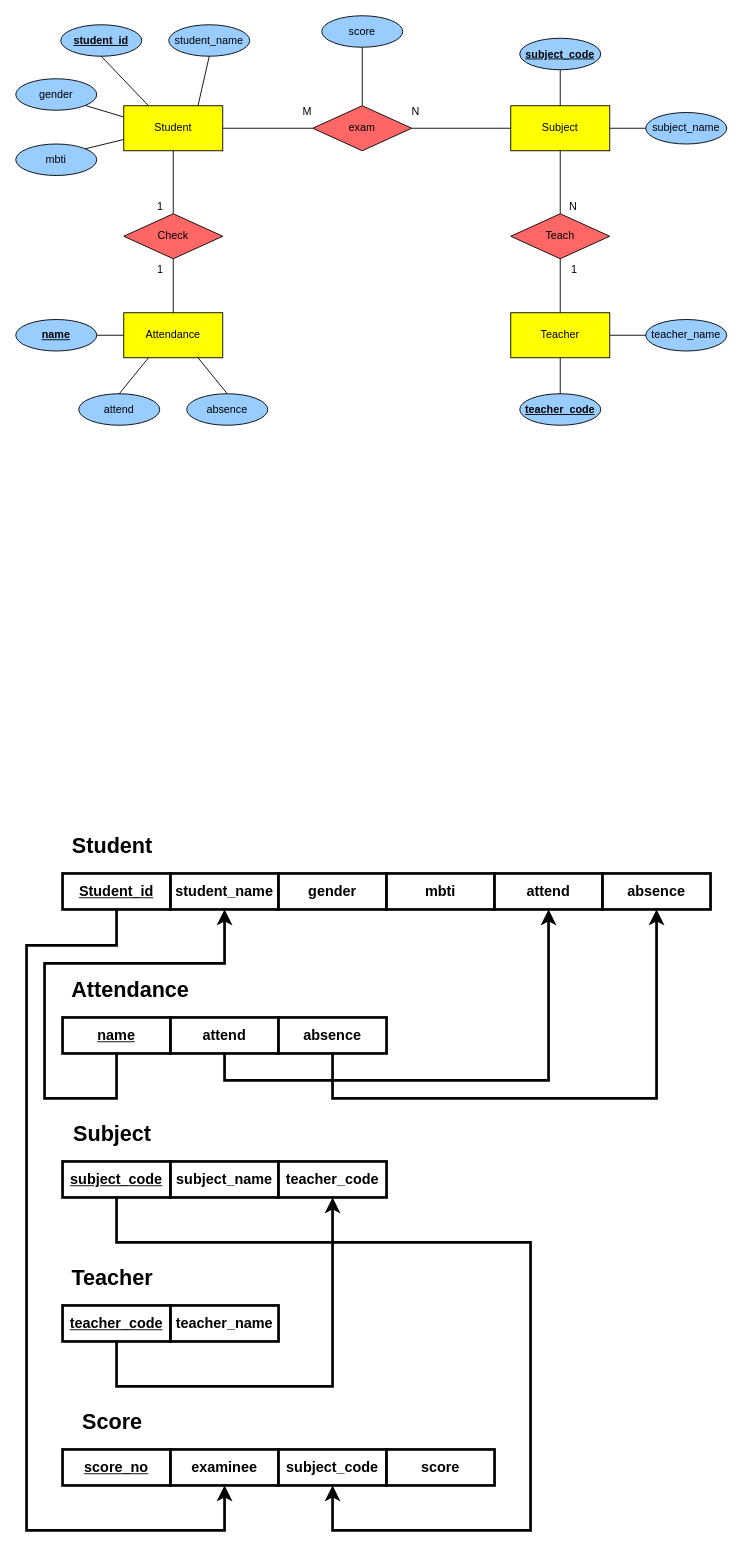
This is DB 팀과제.drawio from lee-j-j/LJJ, a draw.io file, before an edit. Source tidied: cells renumbered, new cells numbered last; positions are measured from the earlier drawing's top-left corner, leaving out a move shared by most shapes. Both pictures are drawn from the tidied source at 90%, with x=0, y=0 at pixel (15, 15).
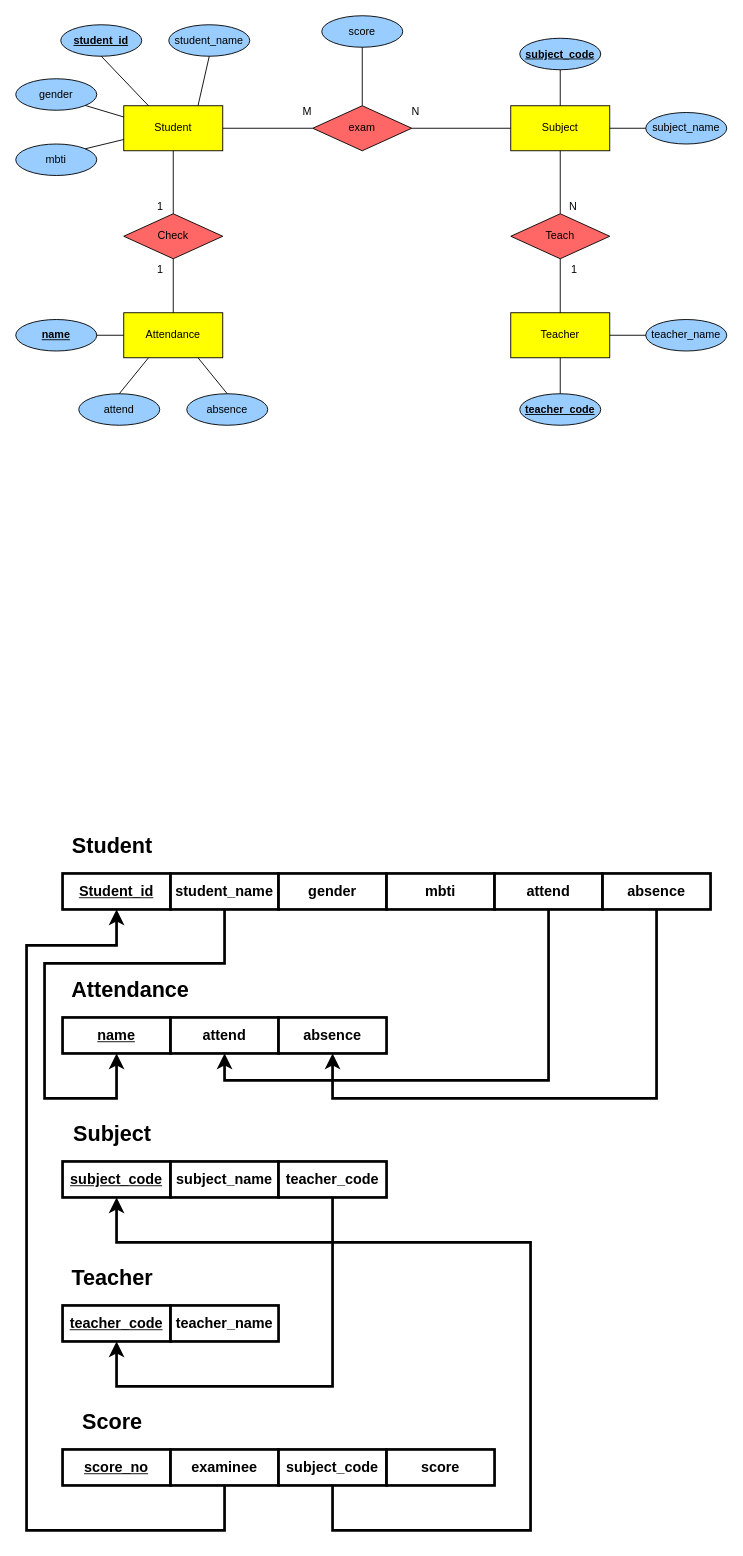
The same page after the edit.

Commit message:
DB 팀과제.drawio 업데이트

Unchanged cells that the change refers to:
```xml
<mxCell id="45" value="&lt;u&gt;&lt;b&gt;Student_id&lt;/b&gt;&lt;/u&gt;" style="rounded=0;whiteSpace=wrap;html=1;fontSize=16;labelBackgroundColor=none;strokeWidth=3;" parent="1" vertex="1">
  <mxGeometry x="52" y="953" width="120" height="40" as="geometry" />
</mxCell>
<mxCell id="46" value="&lt;font style=&quot;font-size: 16px;&quot;&gt;&lt;b&gt;student_name&lt;/b&gt;&lt;/font&gt;" style="rounded=0;whiteSpace=wrap;html=1;labelBackgroundColor=none;strokeWidth=3;" parent="1" vertex="1">
  <mxGeometry x="172" y="953" width="120" height="40" as="geometry" />
</mxCell>
<mxCell id="49" value="&lt;span style=&quot;font-size: 16px;&quot;&gt;&lt;b&gt;attend&lt;/b&gt;&lt;/span&gt;" style="rounded=0;whiteSpace=wrap;html=1;labelBackgroundColor=none;strokeWidth=3;" parent="1" vertex="1">
  <mxGeometry x="532" y="953" width="120" height="40" as="geometry" />
</mxCell>
<mxCell id="50" value="&lt;font style=&quot;font-size: 16px;&quot;&gt;&lt;b&gt;absence&lt;/b&gt;&lt;/font&gt;" style="rounded=0;whiteSpace=wrap;html=1;labelBackgroundColor=none;strokeWidth=3;" parent="1" vertex="1">
  <mxGeometry x="652" y="953" width="120" height="40" as="geometry" />
</mxCell>
<mxCell id="52" value="name" style="rounded=0;whiteSpace=wrap;html=1;fontSize=16;fontStyle=5;labelBackgroundColor=none;strokeWidth=3;" parent="1" vertex="1">
  <mxGeometry x="52" y="1113" width="120" height="40" as="geometry" />
</mxCell>
<mxCell id="53" value="attend" style="rounded=0;whiteSpace=wrap;html=1;fontSize=16;fontStyle=1;labelBackgroundColor=none;strokeWidth=3;" parent="1" vertex="1">
  <mxGeometry x="172" y="1113" width="120" height="40" as="geometry" />
</mxCell>
<mxCell id="54" value="absence" style="rounded=0;whiteSpace=wrap;html=1;fontSize=16;fontStyle=1;labelBackgroundColor=none;strokeWidth=3;" parent="1" vertex="1">
  <mxGeometry x="292" y="1113" width="120" height="40" as="geometry" />
</mxCell>
<mxCell id="56" value="subject_code" style="rounded=0;whiteSpace=wrap;html=1;fontSize=16;fontStyle=5;labelBackgroundColor=none;strokeWidth=3;" parent="1" vertex="1">
  <mxGeometry x="52" y="1273" width="120" height="40" as="geometry" />
</mxCell>
<mxCell id="58" value="teacher_code" style="rounded=0;whiteSpace=wrap;html=1;fontSize=16;fontStyle=1;labelBackgroundColor=none;strokeWidth=3;" parent="1" vertex="1">
  <mxGeometry x="292" y="1273" width="120" height="40" as="geometry" />
</mxCell>
<mxCell id="60" value="teacher_code" style="rounded=0;whiteSpace=wrap;html=1;fontSize=16;fontStyle=5;labelBackgroundColor=none;strokeWidth=3;" parent="1" vertex="1">
  <mxGeometry x="52" y="1433" width="120" height="40" as="geometry" />
</mxCell>
<mxCell id="64" value="&lt;font style=&quot;font-size: 16px;&quot;&gt;&lt;b&gt;examinee&lt;/b&gt;&lt;/font&gt;" style="rounded=0;whiteSpace=wrap;html=1;labelBackgroundColor=none;strokeWidth=3;" parent="1" vertex="1">
  <mxGeometry x="172" y="1593" width="120" height="40" as="geometry" />
</mxCell>
<mxCell id="65" value="&lt;font style=&quot;font-size: 16px;&quot;&gt;&lt;b&gt;subject_code&lt;/b&gt;&lt;/font&gt;" style="rounded=0;whiteSpace=wrap;html=1;labelBackgroundColor=none;strokeWidth=3;" parent="1" vertex="1">
  <mxGeometry x="292" y="1593" width="120" height="40" as="geometry" />
</mxCell>
```

Diff of the diagram source:
```diff
@@
-    <mxCell id="68" style="edgeStyle=segmentEdgeStyle;endArrow=classic;html=1;curved=0;rounded=0;endSize=8;startSize=8;exitX=0.5;exitY=1;exitDx=0;exitDy=0;entryX=0.5;entryY=1;entryDx=0;entryDy=0;strokeWidth=3;" parent="1" edge="1" source="52" target="46">
+    <mxCell id="68" style="edgeStyle=segmentEdgeStyle;endArrow=classic;html=1;curved=0;rounded=0;endSize=8;startSize=8;exitX=0.5;exitY=1;exitDx=0;exitDy=0;entryX=0.5;entryY=1;entryDx=0;entryDy=0;strokeWidth=3;" parent="1" edge="1" source="46" target="52">
       <mxGeometry relative="1" as="geometry">
         <Array as="points">
+          <mxPoint x="232" y="1053" />
+          <mxPoint x="32" y="1053" />
+          <mxPoint x="32" y="1203" />
           <mxPoint x="112" y="1203" />
-          <mxPoint x="32" y="1203" />
-          <mxPoint x="32" y="1053" />
-          <mxPoint x="232" y="1053" />
         </Array>
       </mxGeometry>
     </mxCell>
-    <mxCell id="69" style="edgeStyle=segmentEdgeStyle;endArrow=classic;html=1;curved=0;rounded=0;endSize=8;startSize=8;entryX=0.5;entryY=1;entryDx=0;entryDy=0;exitX=0.5;exitY=1;exitDx=0;exitDy=0;strokeWidth=3;" parent="1" edge="1" source="53" target="49">
+    <mxCell id="69" style="edgeStyle=segmentEdgeStyle;endArrow=classic;html=1;curved=0;rounded=0;endSize=8;startSize=8;entryX=0.5;entryY=1;entryDx=0;entryDy=0;exitX=0.5;exitY=1;exitDx=0;exitDy=0;strokeWidth=3;" parent="1" edge="1" source="49" target="53">
       <mxGeometry relative="1" as="geometry">
         <Array as="points">
+          <mxPoint x="592" y="1183" />
           <mxPoint x="232" y="1183" />
-          <mxPoint x="592" y="1183" />
         </Array>
       </mxGeometry>
     </mxCell>
-    <mxCell id="70" style="edgeStyle=segmentEdgeStyle;endArrow=classic;html=1;curved=0;rounded=0;endSize=8;startSize=8;exitX=0.5;exitY=1;exitDx=0;exitDy=0;entryX=0.5;entryY=1;entryDx=0;entryDy=0;strokeWidth=3;" parent="1" edge="1" source="54" target="50">
+    <mxCell id="70" style="edgeStyle=segmentEdgeStyle;endArrow=classic;html=1;curved=0;rounded=0;endSize=8;startSize=8;exitX=0.5;exitY=1;exitDx=0;exitDy=0;entryX=0.5;entryY=1;entryDx=0;entryDy=0;strokeWidth=3;" parent="1" edge="1" source="50" target="54">
       <mxGeometry relative="1" as="geometry">
         <Array as="points">
+          <mxPoint x="712" y="1203" />
           <mxPoint x="352" y="1203" />
-          <mxPoint x="712" y="1203" />
         </Array>
       </mxGeometry>
     </mxCell>
-    <mxCell id="71" style="edgeStyle=segmentEdgeStyle;endArrow=classic;html=1;curved=0;rounded=0;endSize=8;startSize=8;exitX=0.5;exitY=1;exitDx=0;exitDy=0;entryX=0.5;entryY=1;entryDx=0;entryDy=0;strokeWidth=3;" parent="1" edge="1" source="45" target="64">
+    <mxCell id="71" style="edgeStyle=segmentEdgeStyle;endArrow=classic;html=1;curved=0;rounded=0;endSize=8;startSize=8;exitX=0.5;exitY=1;exitDx=0;exitDy=0;entryX=0.5;entryY=1;entryDx=0;entryDy=0;strokeWidth=3;" parent="1" edge="1" source="64" target="45">
       <mxGeometry relative="1" as="geometry">
         <Array as="points">
+          <mxPoint x="232" y="1683" />
+          <mxPoint x="12" y="1683" />
+          <mxPoint x="12" y="1033" />
           <mxPoint x="112" y="1033" />
-          <mxPoint x="12" y="1033" />
-          <mxPoint x="12" y="1683" />
-          <mxPoint x="232" y="1683" />
         </Array>
       </mxGeometry>
     </mxCell>
-    <mxCell id="72" style="edgeStyle=segmentEdgeStyle;endArrow=classic;html=1;curved=0;rounded=0;endSize=8;startSize=8;exitX=0.5;exitY=1;exitDx=0;exitDy=0;entryX=0.5;entryY=1;entryDx=0;entryDy=0;strokeWidth=3;" parent="1" edge="1" source="60" target="58">
+    <mxCell id="72" style="edgeStyle=segmentEdgeStyle;endArrow=classic;html=1;curved=0;rounded=0;endSize=8;startSize=8;exitX=0.5;exitY=1;exitDx=0;exitDy=0;entryX=0.5;entryY=1;entryDx=0;entryDy=0;strokeWidth=3;" parent="1" edge="1" source="58" target="60">
       <mxGeometry relative="1" as="geometry">
         <Array as="points">
+          <mxPoint x="352" y="1523" />
           <mxPoint x="112" y="1523" />
-          <mxPoint x="352" y="1523" />
         </Array>
       </mxGeometry>
     </mxCell>
-    <mxCell id="73" style="edgeStyle=segmentEdgeStyle;endArrow=classic;html=1;curved=0;rounded=0;endSize=8;startSize=8;exitX=0.5;exitY=1;exitDx=0;exitDy=0;entryX=0.5;entryY=1;entryDx=0;entryDy=0;strokeWidth=3;" parent="1" edge="1" source="56" target="65">
+    <mxCell id="73" style="edgeStyle=segmentEdgeStyle;endArrow=classic;html=1;curved=0;rounded=0;endSize=8;startSize=8;exitX=0.5;exitY=1;exitDx=0;exitDy=0;entryX=0.5;entryY=1;entryDx=0;entryDy=0;strokeWidth=3;" parent="1" edge="1" source="65" target="56">
       <mxGeometry relative="1" as="geometry">
         <Array as="points">
+          <mxPoint x="352" y="1683" />
+          <mxPoint x="572" y="1683" />
+          <mxPoint x="572" y="1363" />
           <mxPoint x="112" y="1363" />
-          <mxPoint x="572" y="1363" />
-          <mxPoint x="572" y="1683" />
-          <mxPoint x="352" y="1683" />
         </Array>
       </mxGeometry>
     </mxCell>
```
